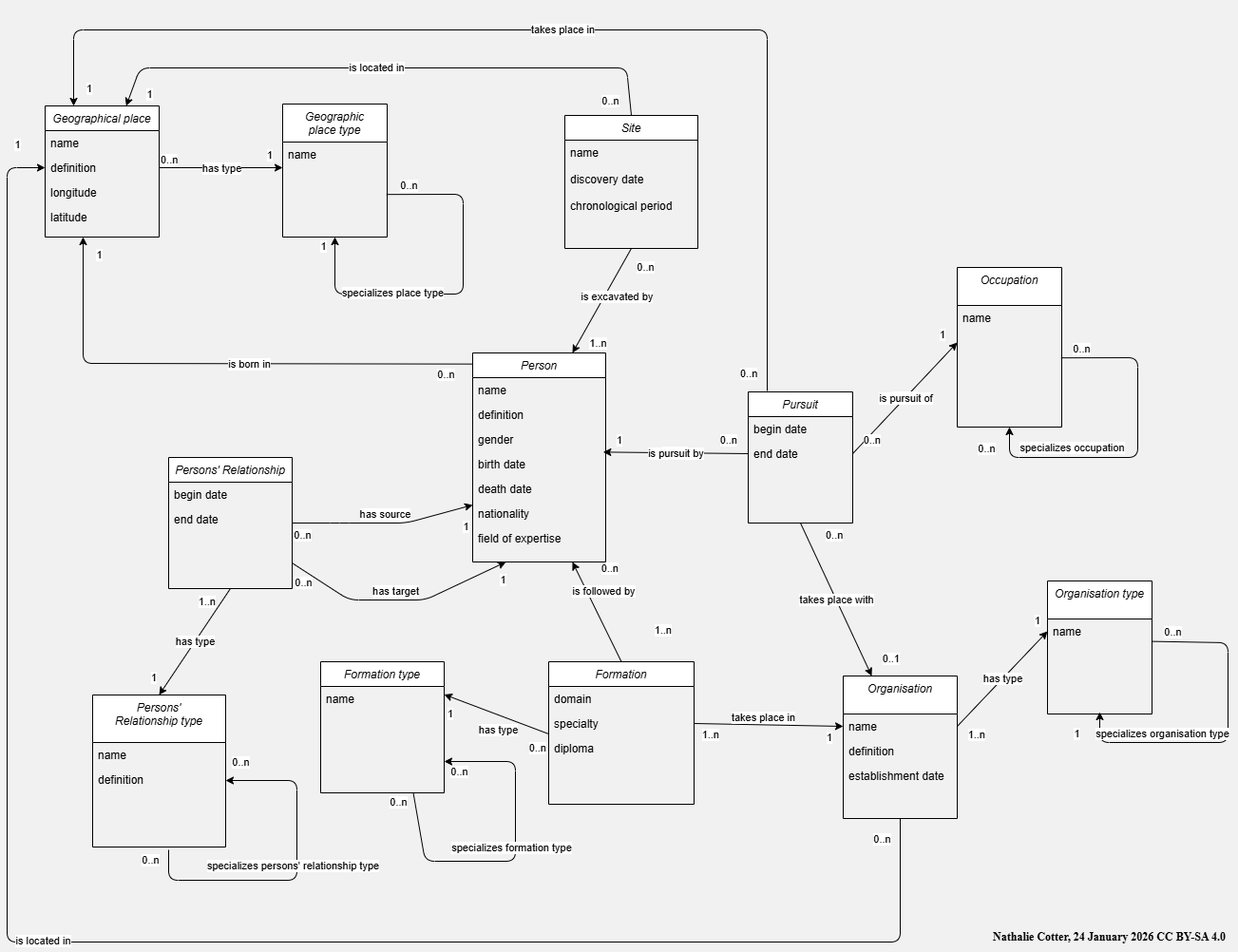
Before: documentation/database/MCD_to_database_archaeologists.png, a diagram exported from draw.io (cosmosnath/archaeologists_repository). Source tidied: cells renumbered, new cells last; positions are measured from the earlier drawing's top-left corner, leaving out a move shared by most shapes.
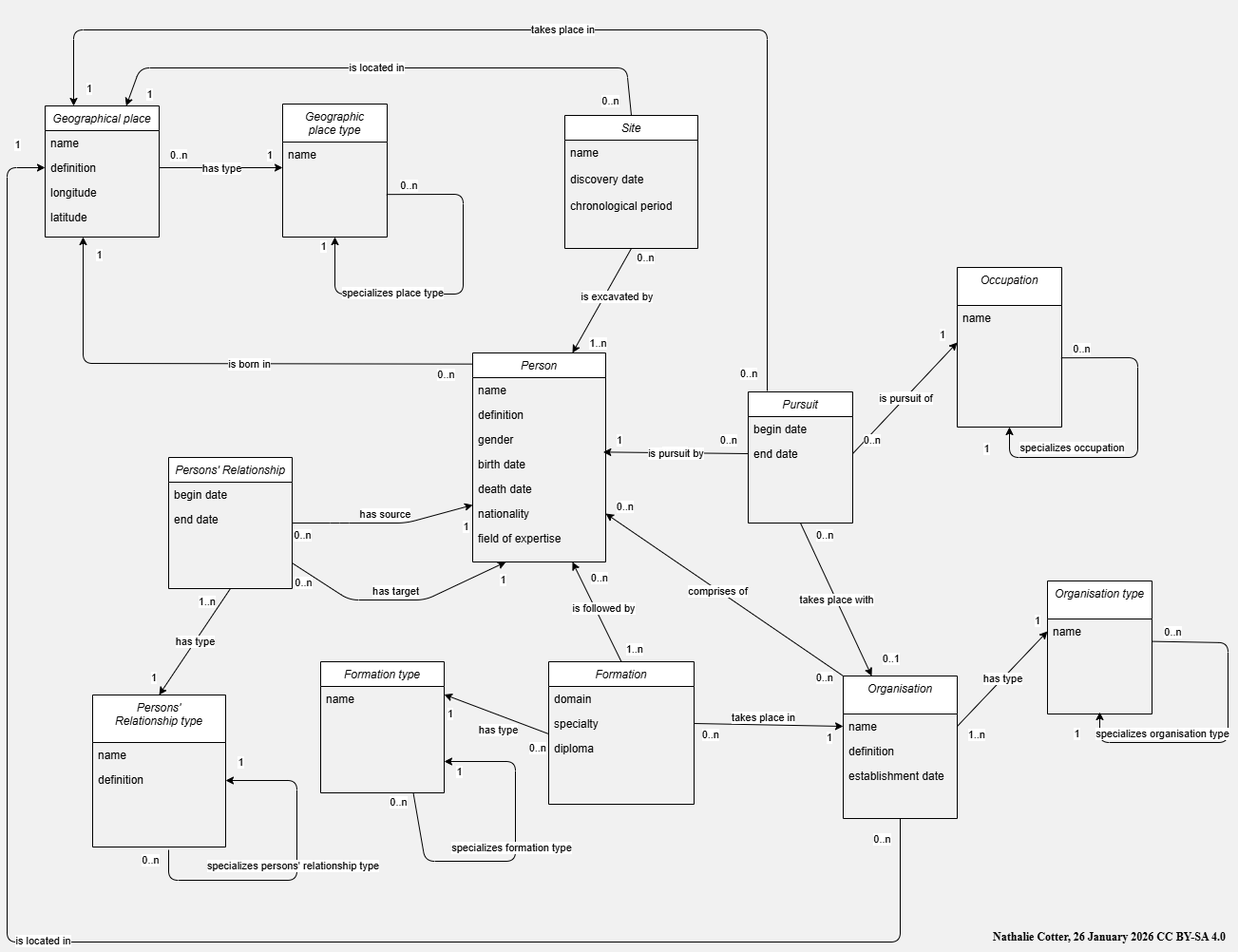
After the commit.

The edit, as a diff of the source:
```diff
@@ -50,7 +50,9 @@
       <mxGeometry relative="1" as="geometry" />
     </mxCell>
     <mxCell id="17" value="0..n" style="edgeLabel;html=1;align=left;verticalAlign=bottom;" parent="15" vertex="1">
-      <mxGeometry x="-1" relative="1" as="geometry" />
+      <mxGeometry x="-1" relative="1" as="geometry">
+        <mxPoint x="10" y="-5" as="offset" />
+      </mxGeometry>
     </mxCell>
     <mxCell id="18" value="1" style="edgeLabel;html=1;align=right;verticalAlign=bottom;" parent="15" vertex="1">
       <mxGeometry x="1" relative="1" as="geometry">
@@ -122,7 +124,7 @@
         <mxPoint x="-0.2" y="-11" as="offset" />
       </mxGeometry>
     </mxCell>
-    <mxCell id="32" value="0..n" style="edgeLabel;html=1;align=center;verticalAlign=middle;" parent="29" vertex="1">
+    <mxCell id="32" value="1" style="edgeLabel;html=1;align=center;verticalAlign=middle;" parent="29" vertex="1">
       <mxGeometry x="0.89" y="-1" relative="1" as="geometry">
         <mxPoint x="-26" y="2.4" as="offset" />
       </mxGeometry>
@@ -230,7 +232,7 @@
         <mxPoint x="-0.2" y="-11" as="offset" />
       </mxGeometry>
     </mxCell>
-    <mxCell id="59" value="&lt;p class=&quot;p1&quot; style=&quot;margin: 0px ; font-stretch: normal ; line-height: normal ; font-family: &amp;quot;times&amp;quot;&quot;&gt;&lt;b&gt;Nathalie Cotter, 24 January 2026 CC BY-SA 4.0&lt;/b&gt;&lt;/p&gt;" style="text;html=1;align=center;verticalAlign=middle;" parent="1" vertex="1">
+    <mxCell id="59" value="&lt;p class=&quot;p1&quot; style=&quot;margin: 0px ; font-stretch: normal ; line-height: normal ; font-family: &amp;quot;times&amp;quot;&quot;&gt;&lt;b&gt;Nathalie Cotter, 26 January 2026 CC BY-SA 4.0&lt;/b&gt;&lt;/p&gt;" style="text;html=1;align=center;verticalAlign=middle;" parent="1" vertex="1">
       <mxGeometry x="1025" y="971" width="270" height="30" as="geometry" />
     </mxCell>
     <mxCell id="60" style="endArrow=classic;html=1;entryX=0;entryY=0.5;entryDx=0;entryDy=0;exitX=0.5;exitY=1;exitDx=0;exitDy=0;" parent="1" edge="1" source="63" target="12">
@@ -252,6 +254,9 @@
         <mxPoint x="-19" y="-94" as="offset" />
       </mxGeometry>
     </mxCell>
+    <mxCell id="132" style="edgeStyle=none;html=1;exitX=0;exitY=0;exitDx=0;exitDy=0;entryX=1;entryY=0.5;entryDx=0;entryDy=0;" parent="1" edge="1" source="63" target="8">
+      <mxGeometry relative="1" as="geometry" />
+    </mxCell>
     <mxCell id="63" value="Organisation" style="swimlane;fontStyle=2;align=center;verticalAlign=top;horizontal=1;startSize=40;rounded=0;shadow=0;strokeWidth=1;" parent="1" vertex="1">
       <mxGeometry x="880" y="711" width="120" height="150" as="geometry" />
     </mxCell>
@@ -269,7 +274,7 @@
     </mxCell>
     <mxCell id="68" value="0..n" style="edgeLabel;html=1;align=left;verticalAlign=bottom;" parent="67" vertex="1">
       <mxGeometry x="-1" relative="1" as="geometry">
-        <mxPoint x="25" y="21" as="offset" />
+        <mxPoint x="15" y="21" as="offset" />
       </mxGeometry>
     </mxCell>
     <mxCell id="69" value="0..1" style="edgeLabel;html=1;align=right;verticalAlign=bottom;" parent="67" vertex="1">
@@ -355,7 +360,7 @@
       </mxGeometry>
     </mxCell>
     <mxCell id="85" value="0..n" style="edgeLabel;html=1;align=center;verticalAlign=middle;" parent="1" vertex="1">
-      <mxGeometry x="460" y="221" as="geometry">
+      <mxGeometry x="460" y="211" as="geometry">
         <mxPoint x="212" y="59" as="offset" />
       </mxGeometry>
     </mxCell>
@@ -437,7 +442,7 @@
         <mxPoint x="20" y="18" as="offset" />
       </mxGeometry>
     </mxCell>
-    <mxCell id="105" value="1..n" style="edgeLabel;html=1;align=right;verticalAlign=bottom;" parent="1" vertex="1">
+    <mxCell id="105" value="0..n" style="edgeLabel;html=1;align=right;verticalAlign=bottom;" parent="1" vertex="1">
       <mxGeometry x="750" y="781" as="geometry" />
     </mxCell>
     <mxCell id="106" value="1" style="edgeLabel;html=1;align=right;verticalAlign=bottom;" parent="1" vertex="1">
@@ -446,15 +451,15 @@
       </mxGeometry>
     </mxCell>
     <mxCell id="107" value="1..n" style="edgeLabel;html=1;align=right;verticalAlign=bottom;" parent="1" vertex="1">
-      <mxGeometry x="700" y="671" as="geometry" />
+      <mxGeometry x="670" y="691" as="geometry" />
     </mxCell>
     <mxCell id="108" value="0..n" style="edgeLabel;html=1;align=right;verticalAlign=bottom;" parent="1" vertex="1">
-      <mxGeometry x="657" y="621" as="geometry">
+      <mxGeometry x="646.5" y="631" as="geometry">
         <mxPoint x="-13" y="-15" as="offset" />
       </mxGeometry>
     </mxCell>
     <mxCell id="109" value="is followed by" style="edgeLabel;html=1;align=center;verticalAlign=middle;" parent="1" vertex="1">
-      <mxGeometry x="460" y="601" as="geometry">
+      <mxGeometry x="460" y="619" as="geometry">
         <mxPoint x="168" y="20" as="offset" />
       </mxGeometry>
     </mxCell>
@@ -549,7 +554,7 @@
         <mxPoint x="-19" y="-11" as="offset" />
       </mxGeometry>
     </mxCell>
-    <mxCell id="127" value="0..n" style="edgeLabel;html=1;align=center;verticalAlign=middle;" parent="124" vertex="1">
+    <mxCell id="127" value="1" style="edgeLabel;html=1;align=center;verticalAlign=middle;" parent="124" vertex="1">
       <mxGeometry x="0.89" y="-1" relative="1" as="geometry">
         <mxPoint x="-4" y="-19" as="offset" />
       </mxGeometry>
@@ -574,10 +579,21 @@
         <mxPoint x="-19" y="-11" as="offset" />
       </mxGeometry>
     </mxCell>
-    <mxCell id="131" value="0..n" style="edgeLabel;html=1;align=center;verticalAlign=middle;" parent="128" vertex="1">
+    <mxCell id="131" value="1" style="edgeLabel;html=1;align=center;verticalAlign=middle;" parent="128" vertex="1">
       <mxGeometry x="0.89" y="-1" relative="1" as="geometry">
         <mxPoint x="-4" y="11" as="offset" />
       </mxGeometry>
     </mxCell>
+    <mxCell id="133" value="comprises of" style="edgeLabel;html=1;align=center;verticalAlign=middle;" parent="1" vertex="1">
+      <mxGeometry x="580" y="601" as="geometry">
+        <mxPoint x="168" y="20" as="offset" />
+      </mxGeometry>
+    </mxCell>
+    <mxCell id="134" value="0..n" style="edgeLabel;html=1;align=right;verticalAlign=bottom;" parent="1" vertex="1">
+      <mxGeometry x="660" y="541" as="geometry" />
+    </mxCell>
+    <mxCell id="135" value="0..n" style="edgeLabel;html=1;align=right;verticalAlign=bottom;" parent="1" vertex="1">
+      <mxGeometry x="870" y="721" as="geometry" />
+    </mxCell>
   </root>
 </mxGraphModel>
```
